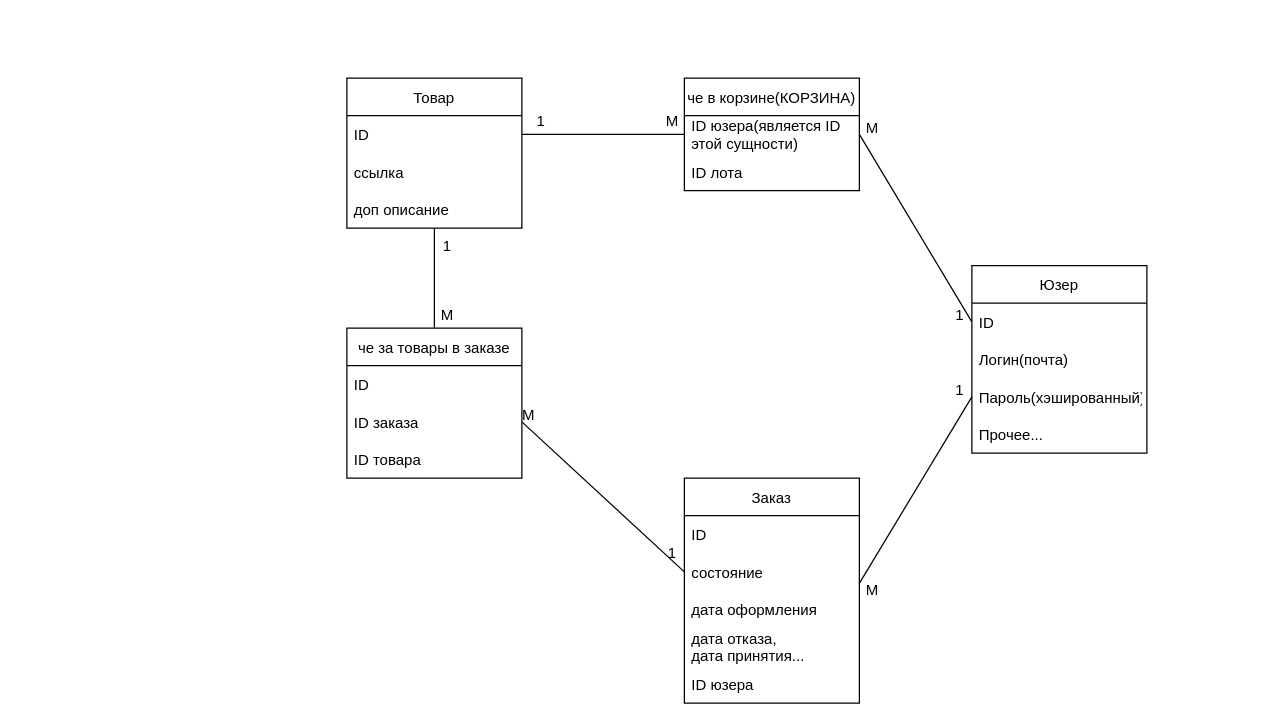
This is business-project-data-structure.drawio from mobile-avengers/backend, a draw.io file, before an edit. Source tidied: cells renumbered, new cells numbered last; positions are measured from the earlier drawing's top-left corner, leaving out a move shared by most shapes. Both pictures are drawn from the tidied source at 125%, with x=0, y=0 at pixel (346, 78).
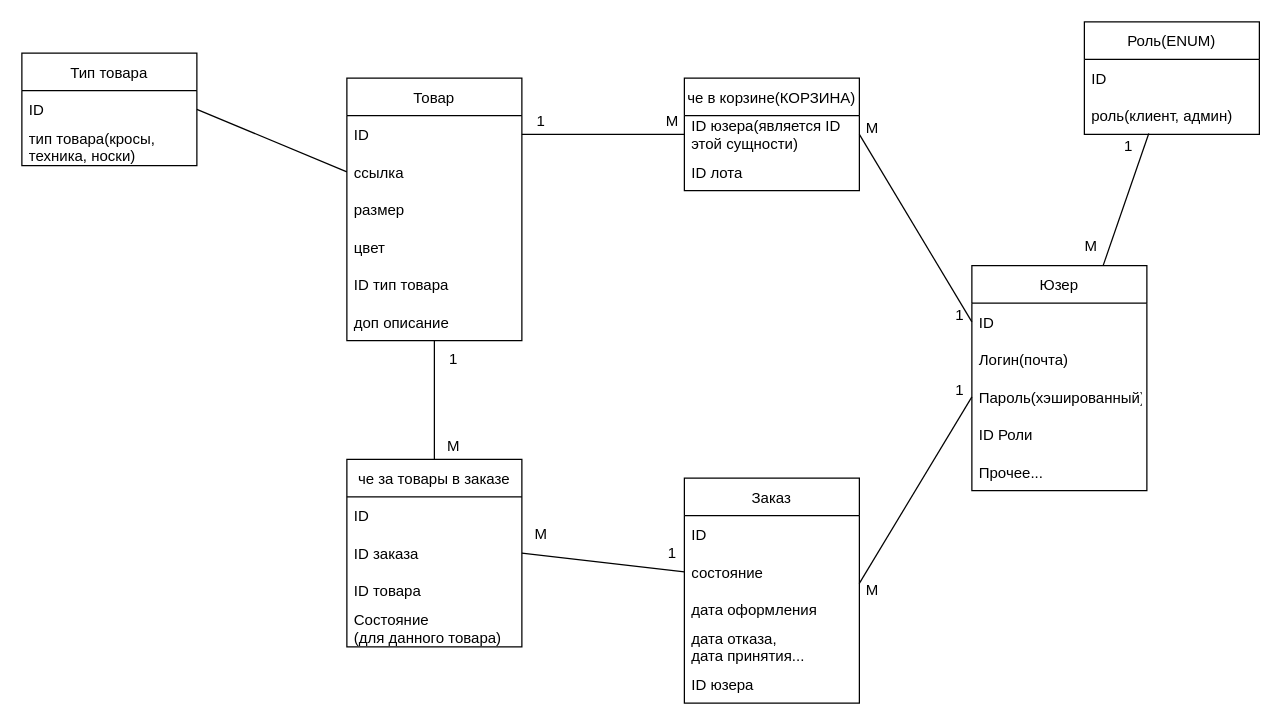
The same page after the edit.

Commit message (it also covers changes not shown here):
draw io data base structure

Diff of the diagram source:
```diff
@@
     <mxCell id="2" value="Товар" style="swimlane;fontStyle=0;horizontal=1;startSize=30;" parent="1" vertex="1">
-      <mxGeometry width="140" height="120" as="geometry" />
+      <mxGeometry width="140" height="210" as="geometry" />
     </mxCell>
@@
+    <mxCell id="39" value="ссылка" style="text;strokeColor=none;fillColor=none;align=left;verticalAlign=middle;spacingLeft=4;spacingRight=4;overflow=hidden;points=[[0,0.5],[1,0.5]];portConstraint=eastwest;" parent="2" vertex="1">
+      <mxGeometry y="60" width="140" height="30" as="geometry" />
+    </mxCell>
-    <mxCell id="4" value="ссылка" style="text;strokeColor=none;fillColor=none;align=left;verticalAlign=middle;spacingLeft=4;spacingRight=4;overflow=hidden;" parent="2" vertex="1">
-      <mxGeometry y="60" width="140" height="30" as="geometry" />
+    <mxCell id="4" value="размер" style="text;strokeColor=none;fillColor=none;align=left;verticalAlign=middle;spacingLeft=4;spacingRight=4;overflow=hidden;" parent="2" vertex="1">
+      <mxGeometry y="90" width="140" height="30" as="geometry" />
     </mxCell>
+    <mxCell id="40" value="цвет" style="text;strokeColor=none;fillColor=none;align=left;verticalAlign=middle;spacingLeft=4;spacingRight=4;overflow=hidden;" parent="2" vertex="1">
+      <mxGeometry y="120" width="140" height="30" as="geometry" />
+    </mxCell>
+    <mxCell id="41" value="ID тип товара" style="text;strokeColor=none;fillColor=none;align=left;verticalAlign=middle;spacingLeft=4;spacingRight=4;overflow=hidden;" parent="2" vertex="1">
+      <mxGeometry y="150" width="140" height="30" as="geometry" />
+    </mxCell>
     <mxCell id="5" value="доп описание" style="text;strokeColor=none;fillColor=none;align=left;verticalAlign=middle;spacingLeft=4;spacingRight=4;overflow=hidden;points=[[0,0.5],[1,0.5]];portConstraint=eastwest;" parent="2" vertex="1">
-      <mxGeometry y="90" width="140" height="30" as="geometry" />
+      <mxGeometry y="180" width="140" height="30" as="geometry" />
     </mxCell>
@@
     <mxCell id="15" value="че за товары в заказе" style="swimlane;fontStyle=0;horizontal=1;startSize=30;" parent="1" vertex="1">
-      <mxGeometry y="200" width="140" height="120" as="geometry" />
+      <mxGeometry y="305" width="140" height="150" as="geometry" />
     </mxCell>
@@
+    <mxCell id="42" value="ID товара" style="text;strokeColor=none;fillColor=none;align=left;verticalAlign=middle;spacingLeft=4;spacingRight=4;overflow=hidden;" parent="15" vertex="1">
+      <mxGeometry y="90" width="140" height="30" as="geometry" />
+    </mxCell>
-    <mxCell id="18" value="ID товара" style="text;strokeColor=none;fillColor=none;align=left;verticalAlign=middle;spacingLeft=4;spacingRight=4;overflow=hidden;" parent="15" vertex="1">
-      <mxGeometry y="90" width="140" height="30" as="geometry" />
+    <mxCell id="18" value="Состояние&#10;(для данного товара)" style="text;strokeColor=none;fillColor=none;align=left;verticalAlign=middle;spacingLeft=4;spacingRight=4;overflow=hidden;" parent="15" vertex="1">
+      <mxGeometry y="120" width="140" height="30" as="geometry" />
     </mxCell>
@@
     <mxCell id="21" value="Юзер" style="swimlane;fontStyle=0;horizontal=1;startSize=30;" parent="1" vertex="1">
-      <mxGeometry x="500" y="150" width="140" height="150" as="geometry" />
+      <mxGeometry x="500" y="150" width="140" height="180" as="geometry" />
     </mxCell>
@@
-    <mxCell id="25" value="Прочее..." style="text;strokeColor=none;fillColor=none;align=left;verticalAlign=middle;spacingLeft=4;spacingRight=4;overflow=hidden;" parent="21" vertex="1">
+    <mxCell id="25" value="ID Роли" style="text;strokeColor=none;fillColor=none;align=left;verticalAlign=middle;spacingLeft=4;spacingRight=4;overflow=hidden;" parent="21" vertex="1">
       <mxGeometry y="120" width="140" height="30" as="geometry" />
     </mxCell>
+    <mxCell id="43" value="Прочее..." style="text;strokeColor=none;fillColor=none;align=left;verticalAlign=middle;spacingLeft=4;spacingRight=4;overflow=hidden;" parent="21" vertex="1">
+      <mxGeometry y="150" width="140" height="30" as="geometry" />
+    </mxCell>
     <mxCell id="26" value="М" style="text;html=1;align=center;verticalAlign=middle;strokeColor=none;fillColor=none;" parent="1" vertex="1">
-      <mxGeometry x="130" y="255" width="30" height="30" as="geometry" />
+      <mxGeometry x="70" y="280" width="30" height="30" as="geometry" />
     </mxCell>
@@
     <mxCell id="28" value="М" style="text;html=1;align=center;verticalAlign=middle;strokeColor=none;fillColor=none;" parent="1" vertex="1">
-      <mxGeometry x="65" y="175" width="30" height="30" as="geometry" />
+      <mxGeometry x="140" y="350" width="30" height="30" as="geometry" />
     </mxCell>
     <mxCell id="29" value="1" style="text;html=1;align=center;verticalAlign=middle;strokeColor=none;fillColor=none;" parent="1" vertex="1">
-      <mxGeometry x="65" y="120" width="30" height="30" as="geometry" />
+      <mxGeometry x="70" y="210" width="30" height="30" as="geometry" />
     </mxCell>
@@
+    <mxCell id="44" value="Роль(ENUM)" style="swimlane;fontStyle=0;horizontal=1;startSize=30;" parent="1" vertex="1">
+      <mxGeometry x="590" y="-45" width="140" height="90" as="geometry" />
+    </mxCell>
+    <mxCell id="45" value="ID " style="text;strokeColor=none;fillColor=none;align=left;verticalAlign=middle;spacingLeft=4;spacingRight=4;overflow=hidden;" parent="44" vertex="1">
+      <mxGeometry y="30" width="140" height="30" as="geometry" />
+    </mxCell>
+    <mxCell id="46" value="роль(клиент, админ)" style="text;strokeColor=none;fillColor=none;align=left;verticalAlign=middle;spacingLeft=4;spacingRight=4;overflow=hidden;points=[[0,0.5],[1,0.5]];portConstraint=eastwest;" parent="44" vertex="1">
+      <mxGeometry y="60" width="140" height="30" as="geometry" />
+    </mxCell>
+    <mxCell id="47" style="endArrow=none;html=1;rounded=0;exitX=0.75;exitY=0;exitDx=0;exitDy=0;entryX=0.368;entryY=0.978;entryDx=0;entryDy=0;entryPerimeter=0;" parent="1" edge="1" source="21" target="46">
+      <mxGeometry relative="1" as="geometry" />
+    </mxCell>
+    <mxCell id="48" value="М" style="text;html=1;align=center;verticalAlign=middle;strokeColor=none;fillColor=none;" parent="1" vertex="1">
+      <mxGeometry x="580" y="120" width="30" height="30" as="geometry" />
+    </mxCell>
+    <mxCell id="49" value="1" style="text;html=1;align=center;verticalAlign=middle;strokeColor=none;fillColor=none;" parent="1" vertex="1">
+      <mxGeometry x="610" y="40" width="30" height="30" as="geometry" />
+    </mxCell>
+    <mxCell id="50" value="Тип товара" style="swimlane;fontStyle=0;horizontal=1;startSize=30;" parent="1" vertex="1">
+      <mxGeometry x="-260" y="-20" width="140" height="90" as="geometry" />
+    </mxCell>
+    <mxCell id="51" value="ID " style="text;strokeColor=none;fillColor=none;align=left;verticalAlign=middle;spacingLeft=4;spacingRight=4;overflow=hidden;points=[[0,0.5],[1,0.5]];portConstraint=eastwest;" parent="50" vertex="1">
+      <mxGeometry y="30" width="140" height="30" as="geometry" />
+    </mxCell>
+    <mxCell id="52" value="тип товара(кросы,&#10;техника, носки)" style="text;strokeColor=none;fillColor=none;align=left;verticalAlign=middle;spacingLeft=4;spacingRight=4;overflow=hidden;" parent="50" vertex="1">
+      <mxGeometry y="60" width="140" height="30" as="geometry" />
+    </mxCell>
+    <mxCell id="53" style="endArrow=none;html=1;rounded=0;exitX=0;exitY=0.5;exitDx=0;exitDy=0;entryX=1;entryY=0.5;entryDx=0;entryDy=0;" parent="1" edge="1" source="39" target="51">
+      <mxGeometry relative="1" as="geometry" />
+    </mxCell>
```
